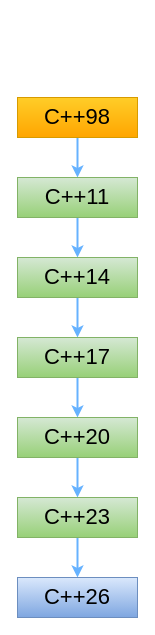
Earlier version of the draw.io diagram docs/diagrams/cpp_version_history.drawio (gammasoft71/cpp_modern_course). Source tidied: cells renumbered, new cells numbered last; positions are measured from the earlier drawing's top-left corner, leaving out a move shared by most shapes. Both pictures are drawn from the tidied source at 100%, with x=0, y=0 at pixel (17, 97).
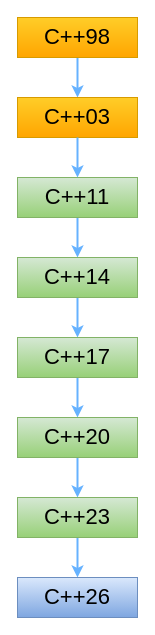
The same diagram, later.

Diff of the diagram source:
```diff
@@
 <mxGraphModel>
   <root>
     <mxCell id="0" />
     <mxCell id="1" parent="0" />
-    <mxCell id="2" style="edgeStyle=orthogonalEdgeStyle;rounded=0;jettySize=auto;html=1;exitX=0.5;exitY=1;exitDx=0;exitDy=0;entryX=0.5;entryY=0;entryDx=0;entryDy=0;strokeColor=#66B2FF;strokeWidth=2;" parent="1" edge="1" source="3" target="5">
+    <mxCell id="2" style="edgeStyle=orthogonalEdgeStyle;rounded=0;jettySize=auto;html=1;exitX=0.5;exitY=1;exitDx=0;exitDy=0;entryX=0.5;entryY=0;entryDx=0;entryDy=0;strokeColor=#66B2FF;strokeWidth=2;" parent="1" edge="1" source="3" target="15">
       <mxGeometry relative="1" as="geometry" />
     </mxCell>
     <mxCell id="3" value="C++98" style="rounded=0;whiteSpace=wrap;html=1;fontSize=22;fillColor=#ffcd28;gradientColor=#ffa500;strokeColor=#d79b00;fontColor=#000000;" parent="1" vertex="1">
-      <mxGeometry width="120" height="40" as="geometry" />
+      <mxGeometry y="-80" width="120" height="40" as="geometry" />
     </mxCell>
     <mxCell id="4" style="edgeStyle=orthogonalEdgeStyle;rounded=0;jettySize=auto;html=1;exitX=0.5;exitY=1;exitDx=0;exitDy=0;entryX=0.5;entryY=0;entryDx=0;entryDy=0;strokeColor=#66B2FF;strokeWidth=2;" parent="1" edge="1" source="5" target="7">
       <mxGeometry relative="1" as="geometry" />
     </mxCell>
     <mxCell id="5" value="C++11" style="rounded=0;whiteSpace=wrap;html=1;fontSize=22;fillColor=#d5e8d4;gradientColor=#97d077;strokeColor=#82b366;fontColor=#000000;" parent="1" vertex="1">
       <mxGeometry y="80" width="120" height="40" as="geometry" />
     </mxCell>
     <mxCell id="6" style="edgeStyle=orthogonalEdgeStyle;rounded=0;jettySize=auto;html=1;exitX=0.5;exitY=1;exitDx=0;exitDy=0;entryX=0.5;entryY=0;entryDx=0;entryDy=0;strokeColor=#66B2FF;strokeWidth=2;" parent="1" edge="1" source="7" target="9">
       <mxGeometry relative="1" as="geometry" />
     </mxCell>
     <mxCell id="7" value="C++14" style="rounded=0;whiteSpace=wrap;html=1;fontSize=22;fillColor=#d5e8d4;gradientColor=#97d077;strokeColor=#82b366;fontColor=#000000;" parent="1" vertex="1">
       <mxGeometry y="160" width="120" height="40" as="geometry" />
     </mxCell>
     <mxCell id="8" style="edgeStyle=orthogonalEdgeStyle;rounded=0;jettySize=auto;html=1;exitX=0.5;exitY=1;exitDx=0;exitDy=0;entryX=0.5;entryY=0;entryDx=0;entryDy=0;strokeColor=#66B2FF;strokeWidth=2;" parent="1" edge="1" source="9" target="11">
       <mxGeometry relative="1" as="geometry" />
     </mxCell>
     <mxCell id="9" value="C++17" style="rounded=0;whiteSpace=wrap;html=1;fontSize=22;fillColor=#d5e8d4;gradientColor=#97d077;strokeColor=#82b366;fontColor=#000000;" parent="1" vertex="1">
       <mxGeometry y="240" width="120" height="40" as="geometry" />
     </mxCell>
     <mxCell id="10" style="edgeStyle=orthogonalEdgeStyle;rounded=0;jettySize=auto;html=1;exitX=0.5;exitY=1;exitDx=0;exitDy=0;entryX=0.5;entryY=0;entryDx=0;entryDy=0;strokeColor=#66B2FF;strokeWidth=2;" parent="1" edge="1" source="11" target="13">
       <mxGeometry relative="1" as="geometry" />
     </mxCell>
     <mxCell id="11" value="C++20" style="rounded=0;whiteSpace=wrap;html=1;fontSize=22;fillColor=#d5e8d4;gradientColor=#97d077;strokeColor=#82b366;fontColor=#000000;" parent="1" vertex="1">
       <mxGeometry y="320" width="120" height="40" as="geometry" />
     </mxCell>
     <mxCell id="12" style="edgeStyle=orthogonalEdgeStyle;rounded=0;jettySize=auto;html=1;exitX=0.5;exitY=1;exitDx=0;exitDy=0;entryX=0.5;entryY=0;entryDx=0;entryDy=0;strokeColor=#66B2FF;strokeWidth=2;" parent="1" edge="1" source="13" target="14">
       <mxGeometry relative="1" as="geometry" />
     </mxCell>
     <mxCell id="13" value="C++23" style="rounded=0;whiteSpace=wrap;html=1;fontSize=22;fillColor=#d5e8d4;gradientColor=#97d077;strokeColor=#82b366;fontColor=#000000;" parent="1" vertex="1">
       <mxGeometry y="400" width="120" height="40" as="geometry" />
     </mxCell>
     <mxCell id="14" value="C++26" style="rounded=0;whiteSpace=wrap;html=1;fontSize=22;fillColor=#dae8fc;gradientColor=#7ea6e0;strokeColor=#6c8ebf;fontColor=#000000;" parent="1" vertex="1">
       <mxGeometry y="480" width="120" height="40" as="geometry" />
     </mxCell>
+    <mxCell id="15" value="C++03" style="rounded=0;whiteSpace=wrap;html=1;fontSize=22;fillColor=#ffcd28;gradientColor=#ffa500;strokeColor=#d79b00;fontColor=#000000;" parent="1" vertex="1">
+      <mxGeometry width="120" height="40" as="geometry" />
+    </mxCell>
+    <mxCell id="16" style="edgeStyle=orthogonalEdgeStyle;rounded=0;jettySize=auto;html=1;entryX=0.5;entryY=0;entryDx=0;entryDy=0;strokeColor=#66B2FF;strokeWidth=2;exitX=0.5;exitY=1;exitDx=0;exitDy=0;" parent="1" edge="1" source="15" target="5">
+      <mxGeometry relative="1" as="geometry" />
+    </mxCell>
   </root>
 </mxGraphModel>
```
